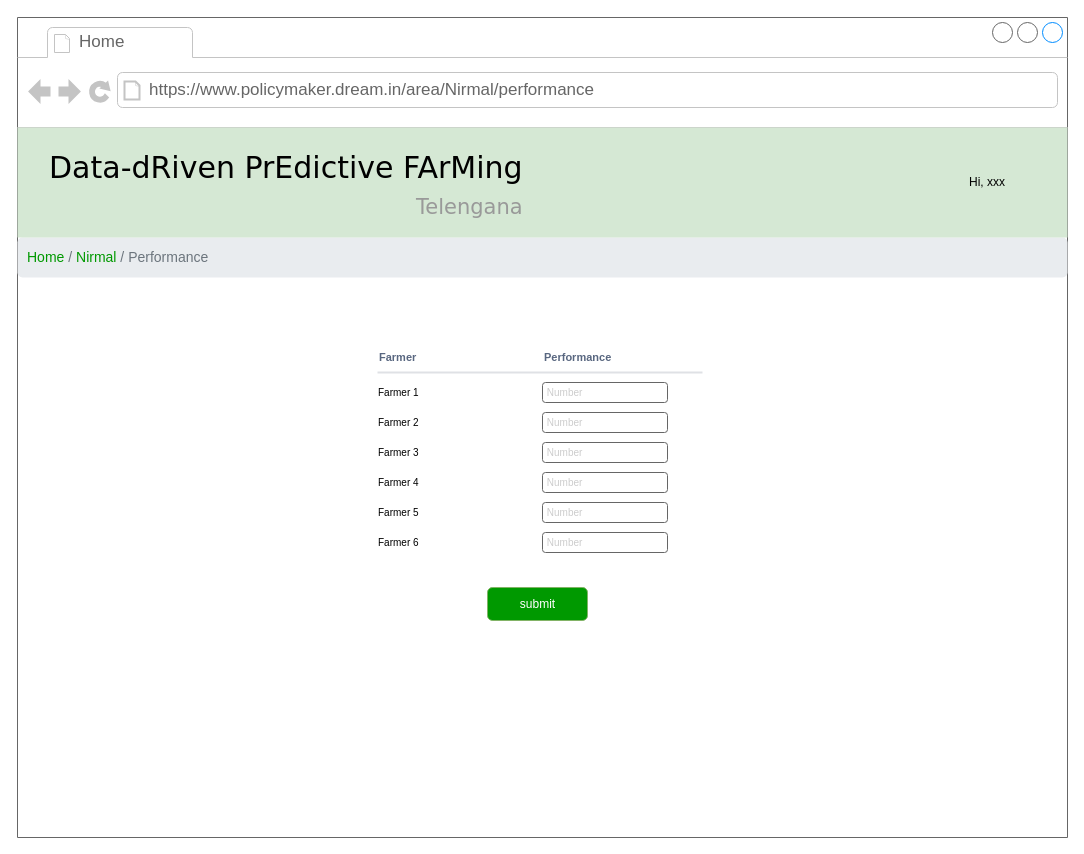
The draw.io diagram page "pm-update performance" (10 of 26) of RASD/diagrams/User Interface.drawio in ictar/DREAM-SE2-Project-2022, before the edit. Source tidied: cells renumbered, new cells numbered last; positions are measured from the earlier drawing's top-left corner, leaving out a move shared by most shapes. Both pictures are drawn from the tidied source at 100%, with x=0, y=0 at pixel (17, 17).
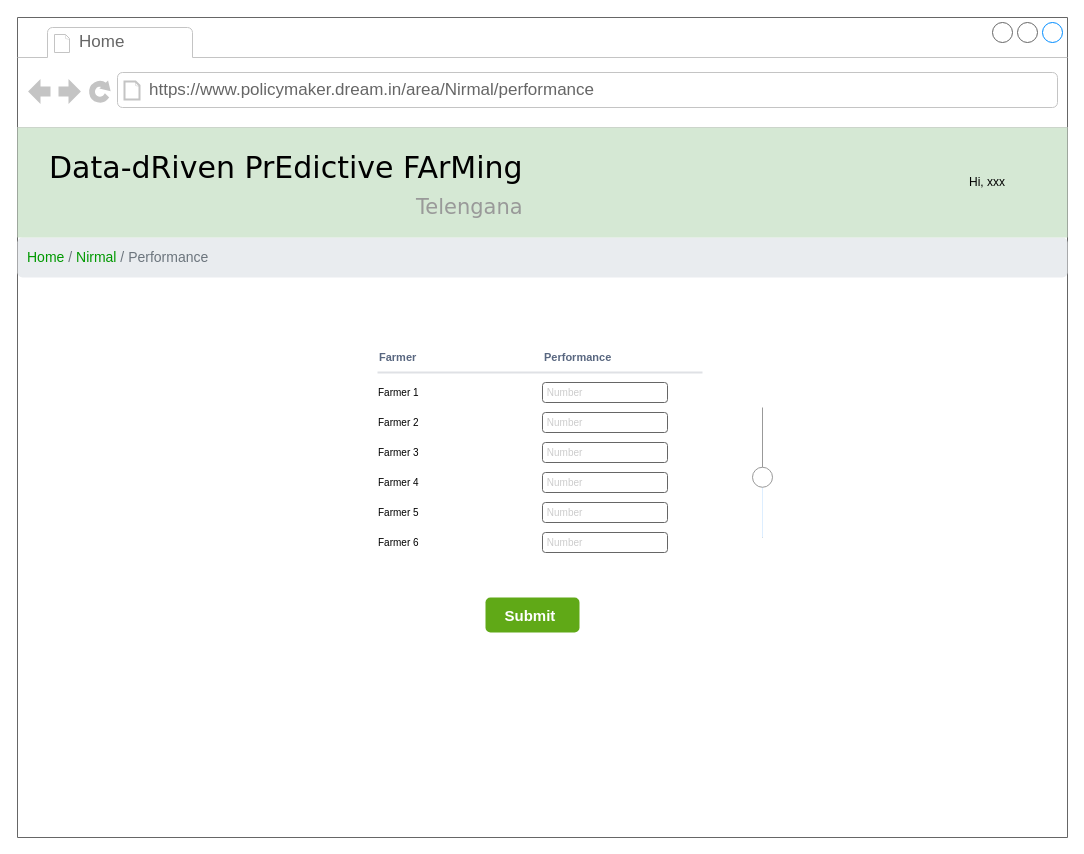
After the change.

Commit message (it also covers changes not shown here):
submit SD UCM UI

Unchanged cells that the change refers to:
```xml
<mxCell id="2" style="strokeWidth=1;shadow=0;dashed=0;align=center;html=1;shape=mxgraph.mockup.containers.browserWindow;rSize=0;strokeColor=none;mainText=,;rounded=0;labelBackgroundColor=none;fontFamily=Verdana;fontSize=12;" parent="1" vertex="1">
  <mxGeometry width="1050" height="820" as="geometry" />
</mxCell>
```

Change to the diagram source:
```diff
@@
-    <mxCell id="5" value="&lt;font color=&quot;#ffffff&quot;&gt;submit&lt;/font&gt;" style="rounded=1;fillColor=#009900;strokeColor=#82b366;html=1;align=center;verticalAlign=middle;fontStyle=0;fontSize=12;sketch=0;" parent="2" vertex="1">
-      <mxGeometry x="470" y="570" width="100" height="33" as="geometry" />
-    </mxCell>
@@
+    <mxCell id="27" value="&lt;font size=&quot;1&quot;&gt;&lt;b style=&quot;font-size: 15px&quot;&gt;Submit&amp;nbsp;&lt;/b&gt;&lt;/font&gt;" style="html=1;shadow=0;dashed=0;shape=mxgraph.bootstrap.rrect;rSize=5;strokeColor=none;strokeWidth=3;fillColor=#60a917;fontColor=#ffffff;whiteSpace=wrap;align=center;verticalAlign=middle;spacingLeft=0;fontStyle=0;fontSize=16;spacing=5;" parent="2" vertex="1">
+      <mxGeometry x="468" y="580" width="94" height="35" as="geometry" />
+    </mxCell>
+    <mxCell id="28" style="verticalLabelPosition=bottom;shadow=0;dashed=0;align=center;html=1;verticalAlign=top;strokeWidth=1;shape=mxgraph.mockup.forms.horSlider;strokeColor=#999999;sliderStyle=basic;sliderPos=46.044;handleStyle=circle;fillColor2=#ddeeff;direction=north;" parent="2" vertex="1">
+      <mxGeometry x="730" y="390" width="30" height="130" as="geometry" />
+    </mxCell>
```
